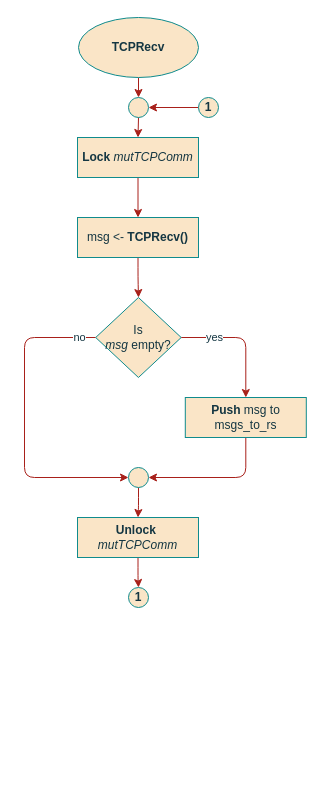
Above: page "tTCPRecv" (1 of 2) of project/report/flowcharts/Gatewaytasks/TCP_IP.drawio in ESRGgroup9/slipad (draw.io), before the change. Source tidied: cells renumbered, new cells numbered last; positions are measured from the earlier drawing's top-left corner, leaving out a move shared by most shapes. Both pictures are drawn from the tidied source at 100%, with x=0, y=0 at pixel (24, 17).
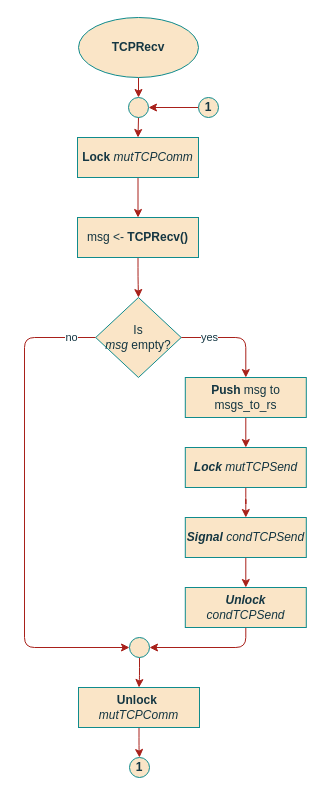
The same page after the edit.

The change refers to these unchanged cells:
```xml
<mxCell id="6" value="&lt;div&gt;Is &lt;i&gt;&lt;br&gt;&lt;/i&gt;&lt;/div&gt;&lt;div&gt;&lt;i&gt;msg&lt;/i&gt; empty?&lt;/div&gt;" style="rhombus;whiteSpace=wrap;html=1;rounded=0;sketch=0;fontColor=#143642;strokeColor=#0F8B8D;fillColor=#FAE5C7;" parent="1" vertex="1">
  <mxGeometry x="71.2" y="280" width="85.5" height="80" as="geometry" />
</mxCell>
```

What changed in the source:
```diff
@@
     <mxCell id="4" value="no" style="edgeStyle=orthogonalEdgeStyle;curved=0;rounded=1;sketch=0;jettySize=auto;html=1;entryX=0;entryY=0.5;entryDx=0;entryDy=0;fontColor=#143642;strokeColor=#A8201A;fillColor=#FAE5C7;" parent="1" edge="1" source="6" target="10">
       <mxGeometry x="-0.9" relative="1" as="geometry">
         <Array as="points">
           <mxPoint y="320" />
-          <mxPoint y="460" />
+          <mxPoint y="630" />
         </Array>
       </mxGeometry>
     </mxCell>
@@
     <mxCell id="10" style="ellipse;whiteSpace=wrap;html=1;rounded=0;sketch=0;fontColor=#143642;strokeColor=#0F8B8D;fillColor=#FAE5C7;" parent="1" vertex="1">
-      <mxGeometry x="104" y="450" width="20" height="20" as="geometry" />
+      <mxGeometry x="105" y="620" width="20" height="20" as="geometry" />
     </mxCell>
@@
-    <mxCell id="13" style="edgeStyle=orthogonalEdgeStyle;curved=0;rounded=1;sketch=0;jettySize=auto;html=1;entryX=1;entryY=0.5;entryDx=0;entryDy=0;fontColor=#143642;strokeColor=#A8201A;fillColor=#FAE5C7;" parent="1" edge="1" source="14" target="10">
-      <mxGeometry relative="1" as="geometry">
-        <Array as="points">
-          <mxPoint x="221" y="460" />
-        </Array>
-      </mxGeometry>
-    </mxCell>
+    <mxCell id="22" style="edgeStyle=orthogonalEdgeStyle;curved=0;rounded=1;sketch=0;jettySize=auto;html=1;exitX=0.5;exitY=1;exitDx=0;exitDy=0;entryX=0.5;entryY=0;entryDx=0;entryDy=0;fontColor=#143642;strokeColor=#A8201A;fillColor=#FAE5C7;" parent="1" edge="1" source="14" target="24">
+      <mxGeometry relative="1" as="geometry" />
+    </mxCell>
     <mxCell id="14" value="&lt;b&gt;Push &lt;/b&gt;msg to msgs_to_rs" style="rounded=0;whiteSpace=wrap;html=1;sketch=0;fontColor=#143642;strokeColor=#0F8B8D;fillColor=#FAE5C7;" parent="1" vertex="1">
-      <mxGeometry x="160.8" y="380" width="121" height="40" as="geometry" />
+      <mxGeometry x="160.8" y="360" width="121" height="40" as="geometry" />
     </mxCell>
@@
     <mxCell id="20" value="&lt;b&gt;Unlock&amp;nbsp; &lt;/b&gt;&lt;i&gt;mutTCPComm&lt;/i&gt;" style="rounded=0;whiteSpace=wrap;html=1;sketch=0;fontColor=#143642;strokeColor=#0F8B8D;fillColor=#FAE5C7;" parent="1" vertex="1">
-      <mxGeometry x="53" y="500" width="121" height="40" as="geometry" />
+      <mxGeometry x="54" y="670" width="121" height="40" as="geometry" />
     </mxCell>
     <mxCell id="21" value="&lt;b&gt;1&lt;/b&gt;" style="ellipse;whiteSpace=wrap;html=1;rounded=0;sketch=0;fontColor=#143642;strokeColor=#0F8B8D;fillColor=#FAE5C7;" parent="1" vertex="1">
-      <mxGeometry x="104" y="570" width="20" height="20" as="geometry" />
+      <mxGeometry x="105" y="740" width="20" height="20" as="geometry" />
     </mxCell>
+    <mxCell id="23" style="edgeStyle=orthogonalEdgeStyle;curved=0;rounded=1;sketch=0;jettySize=auto;html=1;entryX=0.5;entryY=0;entryDx=0;entryDy=0;fontColor=#143642;strokeColor=#A8201A;fillColor=#FAE5C7;" parent="1" edge="1" source="24" target="26">
+      <mxGeometry relative="1" as="geometry" />
+    </mxCell>
+    <mxCell id="24" value="&lt;i&gt;&lt;b&gt;Lock &lt;/b&gt;mutTCPSend&lt;/i&gt;" style="rounded=0;whiteSpace=wrap;html=1;sketch=0;fontColor=#143642;strokeColor=#0F8B8D;fillColor=#FAE5C7;" parent="1" vertex="1">
+      <mxGeometry x="160.8" y="430" width="121" height="40" as="geometry" />
+    </mxCell>
+    <mxCell id="25" style="edgeStyle=orthogonalEdgeStyle;curved=0;rounded=1;sketch=0;jettySize=auto;html=1;exitX=0.5;exitY=1;exitDx=0;exitDy=0;entryX=0.5;entryY=0;entryDx=0;entryDy=0;fontColor=#143642;strokeColor=#A8201A;fillColor=#FAE5C7;" parent="1" edge="1" source="26" target="28">
+      <mxGeometry relative="1" as="geometry" />
+    </mxCell>
+    <mxCell id="26" value="&lt;i&gt;&lt;b&gt;Signal &lt;/b&gt;condTCPSend&lt;/i&gt;" style="rounded=0;whiteSpace=wrap;html=1;sketch=0;fontColor=#143642;strokeColor=#0F8B8D;fillColor=#FAE5C7;" parent="1" vertex="1">
+      <mxGeometry x="160.8" y="500" width="121" height="40" as="geometry" />
+    </mxCell>
+    <mxCell id="27" style="edgeStyle=orthogonalEdgeStyle;curved=0;rounded=1;sketch=0;jettySize=auto;html=1;entryX=1;entryY=0.5;entryDx=0;entryDy=0;fontColor=#143642;strokeColor=#A8201A;fillColor=#FAE5C7;" parent="1" edge="1" source="28" target="10">
+      <mxGeometry relative="1" as="geometry">
+        <Array as="points">
+          <mxPoint x="221" y="630" />
+        </Array>
+      </mxGeometry>
+    </mxCell>
+    <mxCell id="28" value="&lt;i&gt;&lt;b&gt;Unlock &lt;/b&gt;condTCPSend&lt;/i&gt;" style="rounded=0;whiteSpace=wrap;html=1;sketch=0;fontColor=#143642;strokeColor=#0F8B8D;fillColor=#FAE5C7;" parent="1" vertex="1">
+      <mxGeometry x="160.8" y="570" width="121" height="40" as="geometry" />
+    </mxCell>
```
